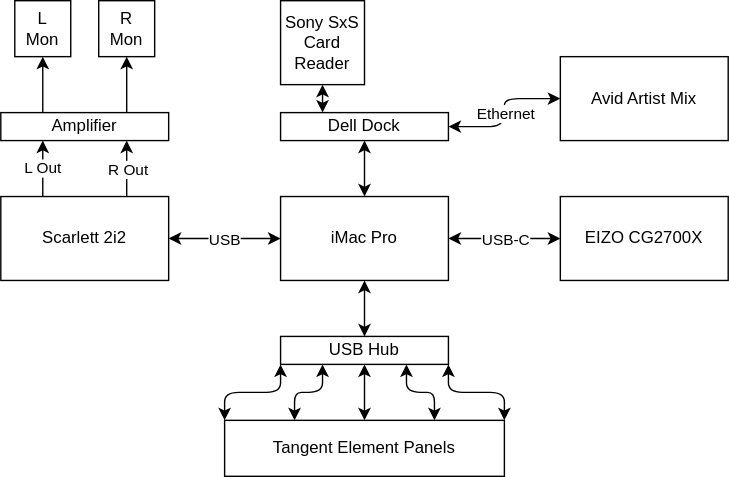
The draw.io diagram docs/facilities/Edit9.drawio.svg in UoS-TV/VOI, before a commit. Source tidied: cells renumbered, new cells last; positions are measured from the earlier drawing's top-left corner, leaving out a move shared by most shapes. The source it was exported from:
```xml
<mxGraphModel>
  <root>
    <mxCell id="0" />
    <mxCell id="1" parent="0" />
    <mxCell id="2" style="edgeStyle=none;html=1;startArrow=classic;startFill=1;" parent="1" edge="1" source="8" target="12">
      <mxGeometry relative="1" as="geometry" />
    </mxCell>
    <mxCell id="3" value="USB" style="edgeLabel;html=1;align=center;verticalAlign=middle;" parent="2" vertex="1">
      <mxGeometry x="-0.31" relative="1" as="geometry">
        <mxPoint x="-13" as="offset" />
      </mxGeometry>
    </mxCell>
    <mxCell id="4" style="edgeStyle=none;html=1;startArrow=classic;startFill=1;" parent="1" edge="1" source="8" target="13">
      <mxGeometry relative="1" as="geometry" />
    </mxCell>
    <mxCell id="5" value="USB-C" style="edgeLabel;html=1;align=center;verticalAlign=middle;" parent="4" vertex="1">
      <mxGeometry x="0.15" relative="1" as="geometry">
        <mxPoint x="-6" as="offset" />
      </mxGeometry>
    </mxCell>
    <mxCell id="6" style="edgeStyle=none;html=1;startArrow=classic;startFill=1;" parent="1" edge="1" source="8" target="22">
      <mxGeometry relative="1" as="geometry" />
    </mxCell>
    <mxCell id="7" style="edgeStyle=orthogonalEdgeStyle;html=1;exitX=0.5;exitY=1;exitDx=0;exitDy=0;startArrow=classic;startFill=1;entryX=0.5;entryY=0;entryDx=0;entryDy=0;" parent="1" edge="1" source="8" target="30">
      <mxGeometry relative="1" as="geometry" />
    </mxCell>
    <mxCell id="8" value="iMac Pro" style="rounded=0;whiteSpace=wrap;html=1;" parent="1" vertex="1">
      <mxGeometry x="200" y="140" width="120" height="60" as="geometry" />
    </mxCell>
    <mxCell id="9" value="L Out" style="edgeStyle=none;html=1;startArrow=none;startFill=0;exitX=0.25;exitY=0;exitDx=0;exitDy=0;entryX=0.25;entryY=1;entryDx=0;entryDy=0;" parent="1" edge="1" source="12" target="16">
      <mxGeometry relative="1" as="geometry" />
    </mxCell>
    <mxCell id="10" style="edgeStyle=none;html=1;exitX=0.75;exitY=0;exitDx=0;exitDy=0;entryX=0.75;entryY=1;entryDx=0;entryDy=0;startArrow=none;startFill=0;" parent="1" edge="1" source="12" target="16">
      <mxGeometry relative="1" as="geometry" />
    </mxCell>
    <mxCell id="11" value="R Out" style="edgeLabel;html=1;align=center;verticalAlign=middle;" parent="10" vertex="1">
      <mxGeometry x="-0.35" relative="1" as="geometry">
        <mxPoint y="-7" as="offset" />
      </mxGeometry>
    </mxCell>
    <mxCell id="12" value="Scarlett 2i2" style="rounded=0;whiteSpace=wrap;html=1;" parent="1" vertex="1">
      <mxGeometry y="140" width="120" height="60" as="geometry" />
    </mxCell>
    <mxCell id="13" value="EIZO CG2700X" style="rounded=0;whiteSpace=wrap;html=1;" parent="1" vertex="1">
      <mxGeometry x="400" y="140" width="120" height="60" as="geometry" />
    </mxCell>
    <mxCell id="14" style="edgeStyle=none;html=1;startArrow=none;startFill=0;exitX=0.25;exitY=0;exitDx=0;exitDy=0;" parent="1" edge="1" source="16" target="17">
      <mxGeometry relative="1" as="geometry" />
    </mxCell>
    <mxCell id="15" style="edgeStyle=none;html=1;exitX=0.75;exitY=0;exitDx=0;exitDy=0;entryX=0.5;entryY=1;entryDx=0;entryDy=0;startArrow=none;startFill=0;" parent="1" edge="1" source="16" target="18">
      <mxGeometry relative="1" as="geometry" />
    </mxCell>
    <mxCell id="16" value="Amplifier" style="rounded=0;whiteSpace=wrap;html=1;" parent="1" vertex="1">
      <mxGeometry y="80" width="120" height="20" as="geometry" />
    </mxCell>
    <mxCell id="17" value="L&lt;br&gt;Mon" style="rounded=0;whiteSpace=wrap;html=1;" parent="1" vertex="1">
      <mxGeometry x="10" width="40" height="40" as="geometry" />
    </mxCell>
    <mxCell id="18" value="R&lt;br&gt;Mon" style="rounded=0;whiteSpace=wrap;html=1;" parent="1" vertex="1">
      <mxGeometry x="70" width="40" height="40" as="geometry" />
    </mxCell>
    <mxCell id="19" style="edgeStyle=orthogonalEdgeStyle;html=1;exitX=1;exitY=0.5;exitDx=0;exitDy=0;entryX=0;entryY=0.5;entryDx=0;entryDy=0;startArrow=classic;startFill=1;" parent="1" edge="1" source="22" target="23">
      <mxGeometry relative="1" as="geometry" />
    </mxCell>
    <mxCell id="20" value="Ethernet" style="edgeLabel;html=1;align=center;verticalAlign=middle;" parent="19" vertex="1">
      <mxGeometry x="-0.24" y="-1" relative="1" as="geometry">
        <mxPoint x="2" y="-11" as="offset" />
      </mxGeometry>
    </mxCell>
    <mxCell id="21" style="edgeStyle=orthogonalEdgeStyle;html=1;exitX=0.25;exitY=0;exitDx=0;exitDy=0;entryX=0.5;entryY=1;entryDx=0;entryDy=0;startArrow=classic;startFill=1;" parent="1" edge="1" source="22" target="24">
      <mxGeometry relative="1" as="geometry" />
    </mxCell>
    <mxCell id="22" value="Dell Dock" style="rounded=0;whiteSpace=wrap;html=1;" parent="1" vertex="1">
      <mxGeometry x="200" y="80" width="120" height="20" as="geometry" />
    </mxCell>
    <mxCell id="23" value="Avid Artist Mix" style="rounded=0;whiteSpace=wrap;html=1;" parent="1" vertex="1">
      <mxGeometry x="400" y="40" width="120" height="60" as="geometry" />
    </mxCell>
    <mxCell id="24" value="Sony SxS Card Reader" style="rounded=0;whiteSpace=wrap;html=1;" parent="1" vertex="1">
      <mxGeometry x="200" width="60" height="60" as="geometry" />
    </mxCell>
    <mxCell id="25" style="edgeStyle=orthogonalEdgeStyle;html=1;exitX=0.25;exitY=1;exitDx=0;exitDy=0;entryX=0.25;entryY=0;entryDx=0;entryDy=0;startArrow=classic;startFill=1;" parent="1" edge="1" source="30" target="31">
      <mxGeometry relative="1" as="geometry" />
    </mxCell>
    <mxCell id="26" style="edgeStyle=orthogonalEdgeStyle;html=1;exitX=0.5;exitY=1;exitDx=0;exitDy=0;entryX=0.5;entryY=0;entryDx=0;entryDy=0;startArrow=classic;startFill=1;" parent="1" edge="1" source="30" target="31">
      <mxGeometry relative="1" as="geometry" />
    </mxCell>
    <mxCell id="27" style="edgeStyle=orthogonalEdgeStyle;html=1;exitX=0.75;exitY=1;exitDx=0;exitDy=0;entryX=0.75;entryY=0;entryDx=0;entryDy=0;startArrow=classic;startFill=1;" parent="1" edge="1" source="30" target="31">
      <mxGeometry relative="1" as="geometry" />
    </mxCell>
    <mxCell id="28" style="edgeStyle=orthogonalEdgeStyle;html=1;exitX=1;exitY=1;exitDx=0;exitDy=0;entryX=1;entryY=0;entryDx=0;entryDy=0;startArrow=classic;startFill=1;" parent="1" edge="1" source="30" target="31">
      <mxGeometry relative="1" as="geometry" />
    </mxCell>
    <mxCell id="29" style="edgeStyle=orthogonalEdgeStyle;html=1;exitX=0;exitY=1;exitDx=0;exitDy=0;entryX=0;entryY=0;entryDx=0;entryDy=0;startArrow=classic;startFill=1;" parent="1" edge="1" source="30" target="31">
      <mxGeometry relative="1" as="geometry" />
    </mxCell>
    <mxCell id="30" value="USB Hub" style="rounded=0;whiteSpace=wrap;html=1;" parent="1" vertex="1">
      <mxGeometry x="200" y="240" width="120" height="20" as="geometry" />
    </mxCell>
    <mxCell id="31" value="Tangent Element Panels" style="rounded=0;whiteSpace=wrap;html=1;" parent="1" vertex="1">
      <mxGeometry x="160" y="300" width="200" height="40" as="geometry" />
    </mxCell>
  </root>
</mxGraphModel>
```
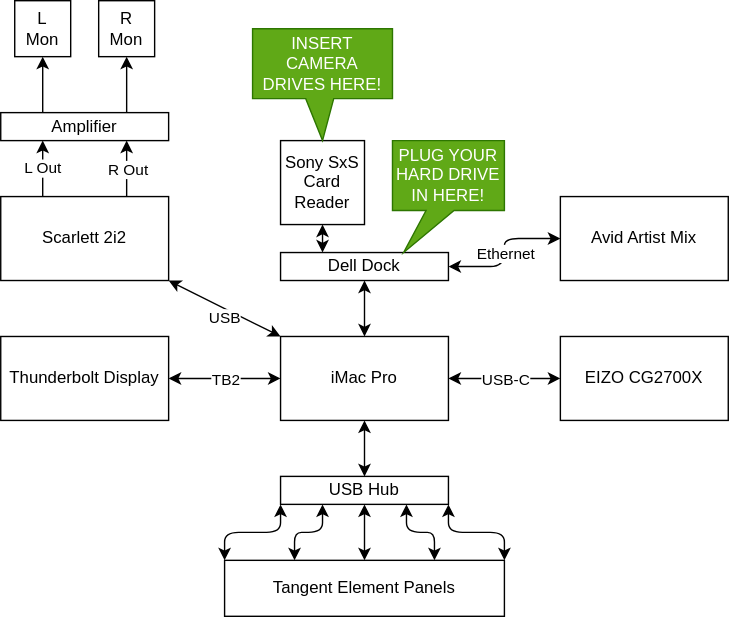
The same file after the commit.

What changed in the source:
```diff
@@ -24,6 +24,14 @@
     <mxCell id="7" style="edgeStyle=orthogonalEdgeStyle;html=1;exitX=0.5;exitY=1;exitDx=0;exitDy=0;startArrow=classic;startFill=1;entryX=0.5;entryY=0;entryDx=0;entryDy=0;" parent="1" edge="1" source="8" target="30">
       <mxGeometry relative="1" as="geometry" />
     </mxCell>
+    <mxCell id="32" style="edgeStyle=orthogonalEdgeStyle;html=1;startArrow=classic;startFill=1;" parent="1" edge="1" source="8" target="36">
+      <mxGeometry relative="1" as="geometry" />
+    </mxCell>
+    <mxCell id="33" value="TB2" style="edgeLabel;html=1;align=center;verticalAlign=middle;" parent="32" vertex="1">
+      <mxGeometry x="-0.28" y="-1" relative="1" as="geometry">
+        <mxPoint x="-11" y="1" as="offset" />
+      </mxGeometry>
+    </mxCell>
     <mxCell id="8" value="iMac Pro" style="rounded=0;whiteSpace=wrap;html=1;" parent="1" vertex="1">
       <mxGeometry x="200" y="140" width="120" height="60" as="geometry" />
     </mxCell>
@@ -39,7 +47,7 @@
       </mxGeometry>
     </mxCell>
     <mxCell id="12" value="Scarlett 2i2" style="rounded=0;whiteSpace=wrap;html=1;" parent="1" vertex="1">
-      <mxGeometry y="140" width="120" height="60" as="geometry" />
+      <mxGeometry y="40" width="120" height="60" as="geometry" />
     </mxCell>
     <mxCell id="13" value="EIZO CG2700X" style="rounded=0;whiteSpace=wrap;html=1;" parent="1" vertex="1">
       <mxGeometry x="400" y="140" width="120" height="60" as="geometry" />
@@ -51,13 +59,13 @@
       <mxGeometry relative="1" as="geometry" />
     </mxCell>
     <mxCell id="16" value="Amplifier" style="rounded=0;whiteSpace=wrap;html=1;" parent="1" vertex="1">
-      <mxGeometry y="80" width="120" height="20" as="geometry" />
+      <mxGeometry y="-20" width="120" height="20" as="geometry" />
     </mxCell>
     <mxCell id="17" value="L&lt;br&gt;Mon" style="rounded=0;whiteSpace=wrap;html=1;" parent="1" vertex="1">
-      <mxGeometry x="10" width="40" height="40" as="geometry" />
+      <mxGeometry x="10" y="-100" width="40" height="40" as="geometry" />
     </mxCell>
     <mxCell id="18" value="R&lt;br&gt;Mon" style="rounded=0;whiteSpace=wrap;html=1;" parent="1" vertex="1">
-      <mxGeometry x="70" width="40" height="40" as="geometry" />
+      <mxGeometry x="70" y="-100" width="40" height="40" as="geometry" />
     </mxCell>
     <mxCell id="19" style="edgeStyle=orthogonalEdgeStyle;html=1;exitX=1;exitY=0.5;exitDx=0;exitDy=0;entryX=0;entryY=0.5;entryDx=0;entryDy=0;startArrow=classic;startFill=1;" parent="1" edge="1" source="22" target="23">
       <mxGeometry relative="1" as="geometry" />
@@ -100,5 +108,14 @@
     <mxCell id="31" value="Tangent Element Panels" style="rounded=0;whiteSpace=wrap;html=1;" parent="1" vertex="1">
       <mxGeometry x="160" y="300" width="200" height="40" as="geometry" />
     </mxCell>
+    <mxCell id="34" value="PLUG YOUR HARD DRIVE IN HERE!" style="shape=callout;whiteSpace=wrap;html=1;perimeter=calloutPerimeter;size=30;position=0.3;position2=0.1;fillColor=#60a917;fontColor=#ffffff;strokeColor=#2D7600;" parent="1" vertex="1">
+      <mxGeometry x="280" width="80" height="80" as="geometry" />
+    </mxCell>
+    <mxCell id="35" value="INSERT CAMERA DRIVES HERE!" style="shape=callout;whiteSpace=wrap;html=1;perimeter=calloutPerimeter;size=30;position=0.38;position2=0.5;fillColor=#60a917;fontColor=#ffffff;strokeColor=#2D7600;base=20;" parent="1" vertex="1">
+      <mxGeometry x="180" y="-80" width="100" height="80" as="geometry" />
+    </mxCell>
+    <mxCell id="36" value="Thunderbolt Display" style="rounded=0;whiteSpace=wrap;html=1;" parent="1" vertex="1">
+      <mxGeometry y="140" width="120" height="60" as="geometry" />
+    </mxCell>
   </root>
 </mxGraphModel>
```
